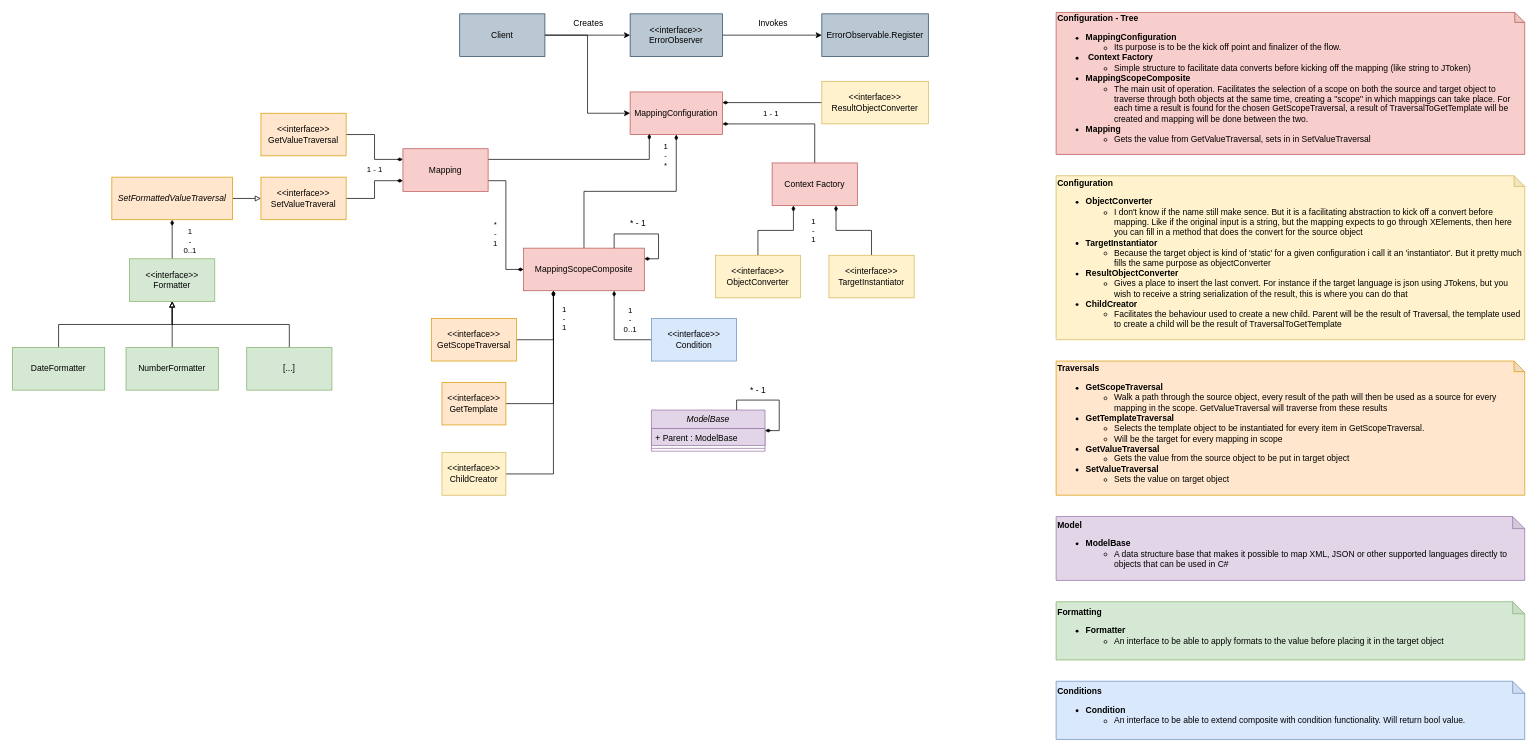
Above: Mapping.drawio in DaveyvanTilburg/AdaptableMapper (draw.io), before the change. Source tidied: cells renumbered, new cells numbered last; positions are measured from the earlier drawing's top-left corner, leaving out a move shared by most shapes. Both pictures are drawn from the tidied source at 71%, with x=0, y=0 at pixel (12, 12).
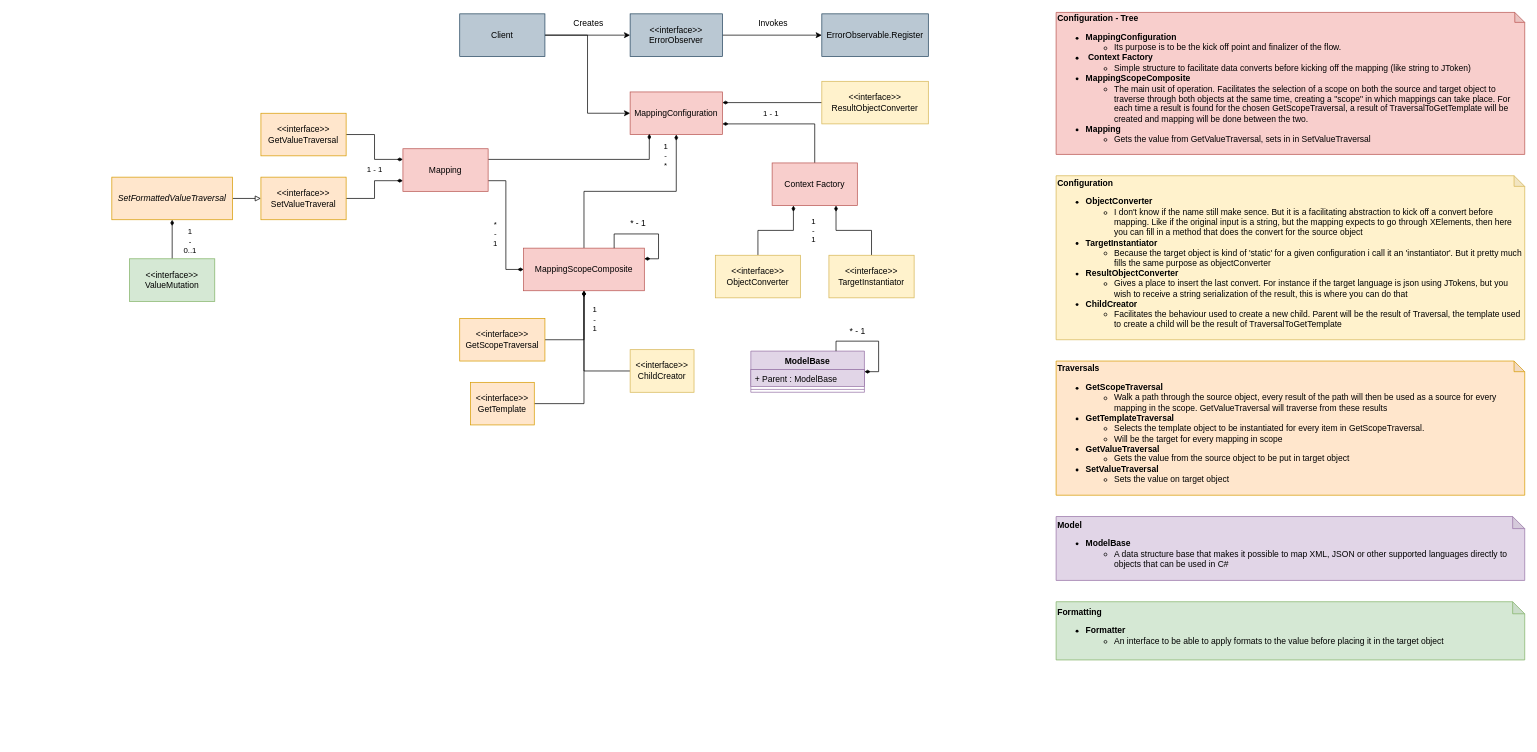
The same page after the edit.

Unchanged cells that the change refers to:
```xml
<mxCell id="21" value="MappingScopeComposite" style="rounded=0;whiteSpace=wrap;html=1;fillColor=#f8cecc;strokeColor=#b85450;" parent="1" vertex="1">
  <mxGeometry x="720" y="332" width="170" height="60" as="geometry" />
</mxCell>
```

Change to the diagram source:
```diff
@@
-    <mxCell id="18" style="edgeStyle=orthogonalEdgeStyle;rounded=0;jettySize=auto;html=1;entryX=1;entryY=0.5;entryDx=0;entryDy=0;startArrow=diamondThin;startFill=1;endArrow=none;endFill=0;" parent="1" edge="1" source="21" target="27">
+    <mxCell id="18" style="edgeStyle=orthogonalEdgeStyle;rounded=0;jettySize=auto;html=1;exitX=0.5;exitY=1;exitDx=0;exitDy=0;entryX=1;entryY=0.5;entryDx=0;entryDy=0;startArrow=diamondThin;startFill=1;endArrow=none;endFill=0;" parent="1" edge="1" source="21" target="27">
       <mxGeometry relative="1" as="geometry">
         <Array as="points">
-          <mxPoint x="762" y="551" />
+          <mxPoint x="805" y="551" />
         </Array>
       </mxGeometry>
     </mxCell>
-    <mxCell id="19" style="edgeStyle=orthogonalEdgeStyle;rounded=0;jettySize=auto;html=1;entryX=1;entryY=0.5;entryDx=0;entryDy=0;startArrow=diamondThin;startFill=1;endArrow=none;endFill=0;" parent="1" edge="1" source="21" target="28">
+    <mxCell id="19" style="edgeStyle=orthogonalEdgeStyle;rounded=0;jettySize=auto;html=1;exitX=0.5;exitY=1;exitDx=0;exitDy=0;entryX=0;entryY=0.5;entryDx=0;entryDy=0;startArrow=diamondThin;startFill=1;endArrow=none;endFill=0;" parent="1" edge="1" source="21" target="28">
       <mxGeometry relative="1" as="geometry">
         <Array as="points">
-          <mxPoint x="762" y="650" />
+          <mxPoint x="805" y="505" />
         </Array>
       </mxGeometry>
     </mxCell>
-    <mxCell id="20" value="1&lt;br&gt;-&lt;br&gt;1" style="edgeStyle=orthogonalEdgeStyle;rounded=0;jettySize=auto;html=1;entryX=1;entryY=0.5;entryDx=0;entryDy=0;startArrow=diamondThin;startFill=1;endArrow=none;endFill=0;" parent="1" edge="1" source="21" target="26">
+    <mxCell id="20" value="1&lt;br&gt;-&lt;br&gt;1" style="edgeStyle=orthogonalEdgeStyle;rounded=0;jettySize=auto;html=1;exitX=0.5;exitY=1;exitDx=0;exitDy=0;entryX=1;entryY=0.5;entryDx=0;entryDy=0;startArrow=diamondThin;startFill=1;endArrow=none;endFill=0;" parent="1" edge="1" source="21" target="26">
       <mxGeometry x="-0.35" y="15" relative="1" as="geometry">
         <Array as="points">
-          <mxPoint x="762" y="461" />
+          <mxPoint x="805" y="461" />
         </Array>
       </mxGeometry>
     </mxCell>
@@
     <mxCell id="26" value="&amp;lt;&amp;lt;interface&amp;gt;&amp;gt;&lt;br&gt;GetScopeTraversal" style="rounded=0;whiteSpace=wrap;html=1;fillColor=#ffe6cc;strokeColor=#d79b00;" parent="1" vertex="1">
-      <mxGeometry x="590" y="431" width="120" height="60" as="geometry" />
+      <mxGeometry x="630" y="431" width="120" height="60" as="geometry" />
     </mxCell>
     <mxCell id="27" value="&amp;lt;&amp;lt;interface&amp;gt;&amp;gt;&lt;br&gt;GetTemplate" style="rounded=0;whiteSpace=wrap;html=1;fillColor=#ffe6cc;strokeColor=#d79b00;" parent="1" vertex="1">
-      <mxGeometry x="605" y="521" width="90" height="60" as="geometry" />
+      <mxGeometry x="645" y="521" width="90" height="60" as="geometry" />
     </mxCell>
     <mxCell id="28" value="&amp;lt;&amp;lt;interface&amp;gt;&amp;gt;&lt;br&gt;ChildCreator" style="rounded=0;whiteSpace=wrap;html=1;fillColor=#fff2cc;strokeColor=#d6b656;" parent="1" vertex="1">
-      <mxGeometry x="605" y="620" width="90" height="60" as="geometry" />
+      <mxGeometry x="870" y="475" width="90" height="60" as="geometry" />
     </mxCell>
-    <mxCell id="29" value="ModelBase" style="swimlane;fontStyle=2;align=center;verticalAlign=top;horizontal=1;startSize=26;fillColor=#e1d5e7;strokeColor=#9673a6;" parent="1" vertex="1">
-      <mxGeometry x="900" y="560" width="160" height="58" as="geometry" />
+    <mxCell id="29" value="ModelBase" style="swimlane;fontStyle=1;align=center;verticalAlign=top;horizontal=1;startSize=26;fillColor=#e1d5e7;strokeColor=#9673a6;" parent="1" vertex="1">
+      <mxGeometry x="1040" y="477" width="160" height="58" as="geometry" />
     </mxCell>
@@
     <mxCell id="32" style="edgeStyle=orthogonalEdgeStyle;rounded=0;orthogonalLoop=1;jettySize=auto;html=1;exitX=1;exitY=0.5;exitDx=0;exitDy=0;entryX=0.75;entryY=0;entryDx=0;entryDy=0;startArrow=diamondThin;startFill=1;endArrow=none;endFill=0;" parent="1" edge="1" source="29" target="29">
       <mxGeometry relative="1" as="geometry">
         <Array as="points">
-          <mxPoint x="1080" y="589" />
-          <mxPoint x="1080" y="546" />
-          <mxPoint x="1020" y="546" />
+          <mxPoint x="1220" y="506" />
+          <mxPoint x="1220" y="463" />
+          <mxPoint x="1160" y="463" />
         </Array>
       </mxGeometry>
     </mxCell>
@@
-    <mxCell id="47" style="edgeStyle=orthogonalEdgeStyle;rounded=0;jettySize=auto;html=1;exitX=0.5;exitY=0;exitDx=0;exitDy=0;entryX=0.5;entryY=1;entryDx=0;entryDy=0;startArrow=none;startFill=0;endArrow=block;endFill=0;" parent="1" edge="1" source="48" target="54">
-      <mxGeometry relative="1" as="geometry" />
-    </mxCell>
-    <mxCell id="48" value="DateFormatter" style="rounded=0;whiteSpace=wrap;html=1;fillColor=#d5e8d4;strokeColor=#82b366;" parent="1" vertex="1">
-      <mxGeometry y="472" width="130" height="60" as="geometry" />
-    </mxCell>
-    <mxCell id="49" style="edgeStyle=orthogonalEdgeStyle;rounded=0;jettySize=auto;html=1;exitX=0.5;exitY=0;exitDx=0;exitDy=0;startArrow=none;startFill=0;endArrow=block;endFill=0;entryX=0.5;entryY=1;entryDx=0;entryDy=0;" parent="1" edge="1" source="50" target="54">
-      <mxGeometry relative="1" as="geometry" />
-    </mxCell>
-    <mxCell id="50" value="NumberFormatter" style="rounded=0;whiteSpace=wrap;html=1;fillColor=#d5e8d4;strokeColor=#82b366;" parent="1" vertex="1">
-      <mxGeometry x="160" y="472" width="130" height="60" as="geometry" />
-    </mxCell>
-    <mxCell id="51" style="edgeStyle=orthogonalEdgeStyle;rounded=0;jettySize=auto;html=1;exitX=0.5;exitY=0;exitDx=0;exitDy=0;startArrow=none;startFill=0;endArrow=block;endFill=0;entryX=0.5;entryY=1;entryDx=0;entryDy=0;" parent="1" edge="1" source="52" target="54">
-      <mxGeometry relative="1" as="geometry" />
-    </mxCell>
-    <mxCell id="52" value="[...]" style="rounded=0;whiteSpace=wrap;html=1;fillColor=#d5e8d4;strokeColor=#82b366;" parent="1" vertex="1">
-      <mxGeometry x="330" y="472" width="120" height="60" as="geometry" />
-    </mxCell>
@@
-    <mxCell id="54" value="&amp;lt;&amp;lt;interface&amp;gt;&amp;gt;&lt;br&gt;Formatter" style="rounded=0;whiteSpace=wrap;html=1;fillColor=#d5e8d4;strokeColor=#82b366;" parent="1" vertex="1">
+    <mxCell id="54" value="&amp;lt;&amp;lt;interface&amp;gt;&amp;gt;&lt;br&gt;ValueMutation" style="rounded=0;whiteSpace=wrap;html=1;fillColor=#d5e8d4;strokeColor=#82b366;" parent="1" vertex="1">
       <mxGeometry x="165" y="347" width="120" height="60" as="geometry" />
     </mxCell>
@@
-    <mxCell id="56" value="&lt;div&gt;&lt;b&gt;Conditions&lt;/b&gt;&lt;/div&gt;&lt;ul&gt;&lt;li&gt;&lt;span&gt;&lt;b&gt;Condition&lt;/b&gt;&lt;/span&gt;&lt;/li&gt;&lt;ul&gt;&lt;li&gt;&lt;span&gt;An interface to be able to extend composite with condition functionality. Will return bool value.&lt;/span&gt;&lt;/li&gt;&lt;/ul&gt;&lt;/ul&gt;" style="shape=note;whiteSpace=wrap;html=1;backgroundOutline=1;darkOpacity=0.05;size=17;fillColor=#dae8fc;strokeColor=#6c8ebf;align=left;" parent="1" vertex="1">
-      <mxGeometry x="1470" y="942" width="660" height="82" as="geometry" />
-    </mxCell>
-    <mxCell id="57" value="1&lt;br&gt;-&lt;br&gt;0..1" style="edgeStyle=orthogonalEdgeStyle;rounded=0;jettySize=auto;html=1;exitX=0;exitY=0.5;exitDx=0;exitDy=0;entryX=0.75;entryY=1;entryDx=0;entryDy=0;endArrow=diamondThin;endFill=1;" parent="1" edge="1" source="58" target="21">
-      <mxGeometry x="0.34" y="-22" relative="1" as="geometry" />
-    </mxCell>
-    <mxCell id="58" value="&amp;lt;&amp;lt;interface&amp;gt;&amp;gt;&lt;br&gt;Condition" style="rounded=0;whiteSpace=wrap;html=1;fillColor=#dae8fc;strokeColor=#6c8ebf;" parent="1" vertex="1">
-      <mxGeometry x="900" y="431" width="120" height="60" as="geometry" />
-    </mxCell>
```
